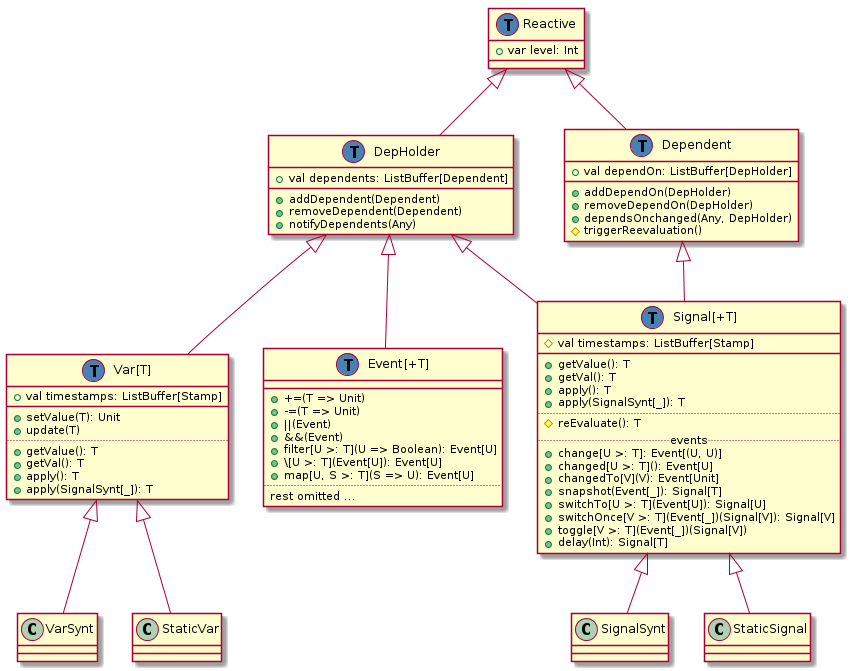
Earlier version of the PlantUML export doc/class-hierarchy/pre-refactoring-may-14.png (rescala-lang/REScala).
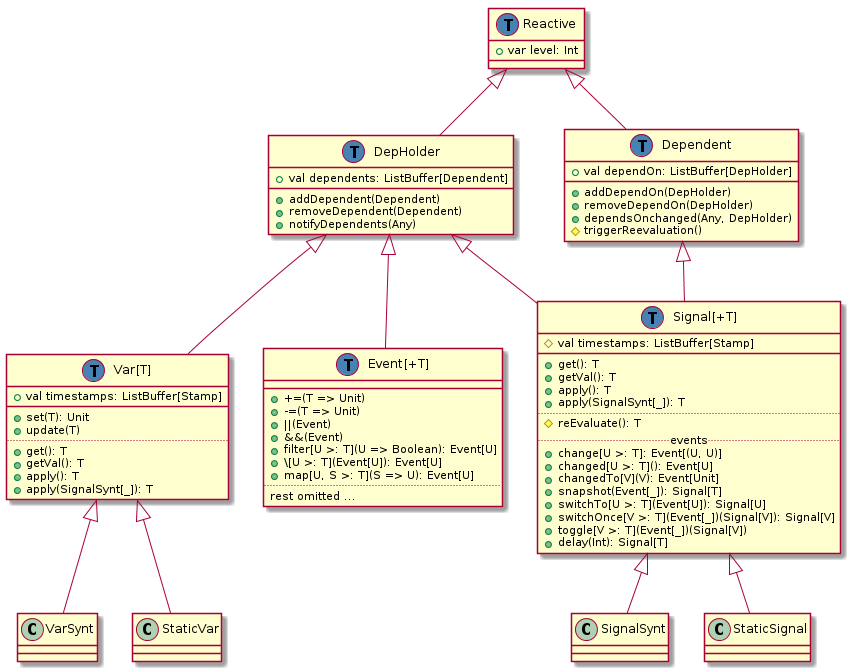
Later version of the same file.

Commit message:
Update hierarchy uml

Diff of the diagram source:
```diff
@@ -23,10 +23,10 @@
 class "Var[T]" as Var extends DepHolder {
   +val timestamps: ListBuffer[Stamp]
   __
-  +setValue(T): Unit
+  +set(T): Unit
   +update(T)
   ..
-  +getValue(): T
+  +get(): T
   +getVal(): T
   +apply(): T
   +apply(SignalSynt[_]): T
@@ -35,7 +35,7 @@
 class "Signal[+T]" as Signal {
   #val timestamps: ListBuffer[Stamp]
   __
-  +getValue(): T
+  +get(): T
   +getVal(): T
   +apply(): T
   +apply(SignalSynt[_]): T
```
